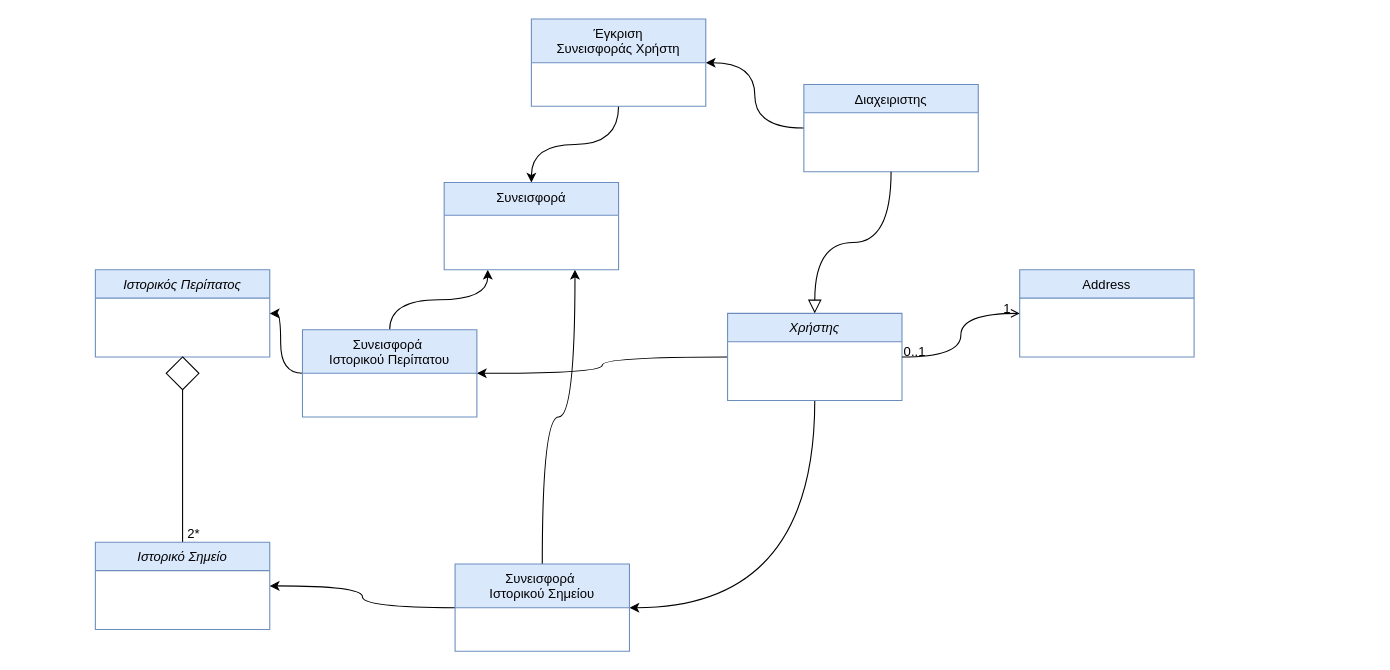
Nektar24/software-engineering keeps this draw.io diagram as NOTES/TL-2024-domain-model-v0.1.drawio. Above is the earlier version. Source tidied: cells renumbered, new cells numbered last; positions are measured from the earlier drawing's top-left corner, leaving out a move shared by most shapes. Both pictures are drawn from the tidied source at 109%, with x=0, y=0 at pixel (95, 19).
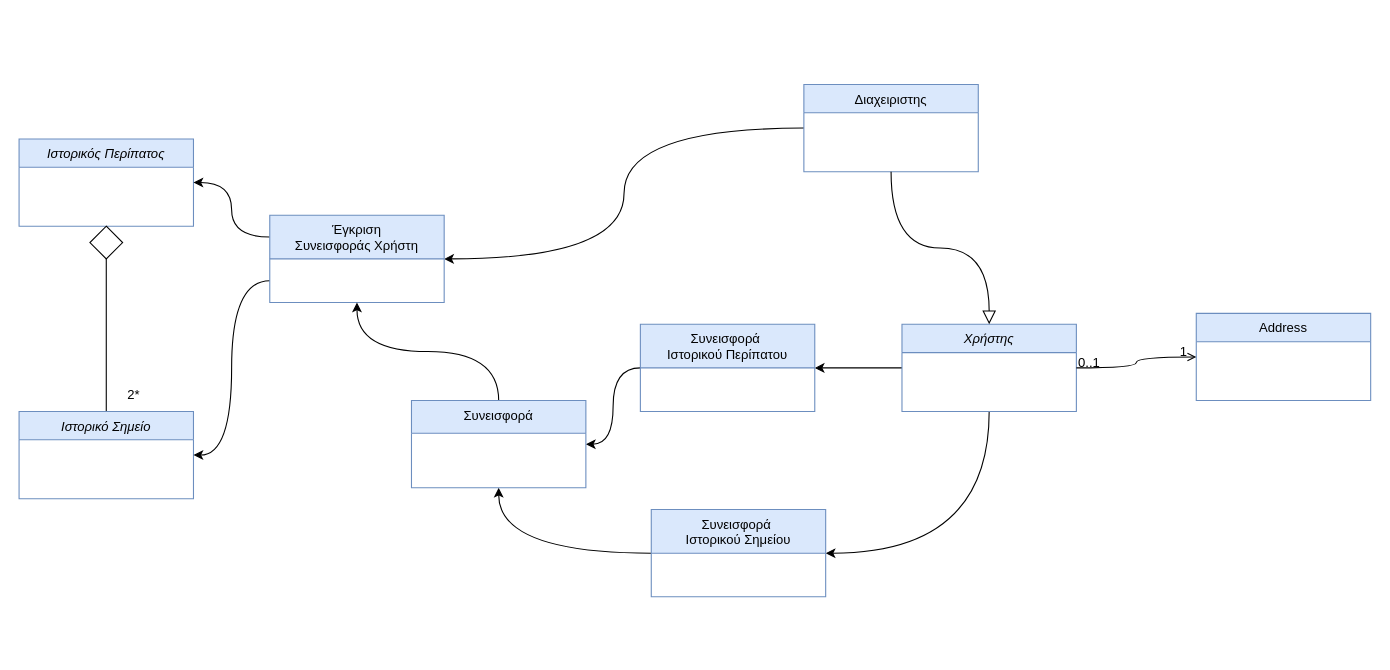
The same page after the edit.

Commit message:
domain model changes

Diff of the diagram source:
```diff
@@
     <mxCell id="4" value="Χρήστης" style="swimlane;fontStyle=2;align=center;verticalAlign=top;horizontal=1;startSize=26;rounded=0;shadow=0;strokeWidth=1;fillColor=#dae8fc;strokeColor=#6c8ebf;" parent="1" vertex="1">
-      <mxGeometry x="580" y="270" width="160" height="80" as="geometry" />
+      <mxGeometry x="740" y="280" width="160" height="80" as="geometry" />
     </mxCell>
@@
     <mxCell id="8" value="Address" style="swimlane;fontStyle=0;align=center;verticalAlign=top;horizontal=1;startSize=26;rounded=0;shadow=0;strokeWidth=1;fillColor=#dae8fc;strokeColor=#6c8ebf;" parent="1" vertex="1">
-      <mxGeometry x="848" y="230" width="160" height="80" as="geometry" />
+      <mxGeometry x="1010" y="270" width="160" height="80" as="geometry" />
     </mxCell>
@@
     <mxCell id="12" value="Ιστορικός Περίπατος" style="swimlane;fontStyle=2;align=center;verticalAlign=top;horizontal=1;startSize=26;rounded=0;shadow=0;strokeWidth=1;fillColor=#dae8fc;strokeColor=#6c8ebf;" parent="1" vertex="1">
-      <mxGeometry y="230" width="160" height="80" as="geometry" />
+      <mxGeometry x="-70" y="110" width="160" height="80" as="geometry" />
     </mxCell>
@@
     <mxCell id="14" value="Ιστορικό Σημείο" style="swimlane;fontStyle=2;align=center;verticalAlign=top;horizontal=1;startSize=26;rounded=0;shadow=0;strokeWidth=1;fillColor=#dae8fc;strokeColor=#6c8ebf;" parent="1" vertex="1">
-      <mxGeometry y="480" width="160" height="80" as="geometry" />
+      <mxGeometry x="-70" y="360" width="160" height="80" as="geometry" />
     </mxCell>
     <mxCell id="15" value="2*" style="text;html=1;align=center;verticalAlign=middle;strokeColor=none;fillColor=none;" parent="1" vertex="1">
-      <mxGeometry x="75" y="458" width="30" height="30" as="geometry" />
+      <mxGeometry x="20" y="330" width="30" height="30" as="geometry" />
     </mxCell>
-    <mxCell id="16" style="edgeStyle=orthogonalEdgeStyle;rounded=0;jettySize=auto;html=1;exitX=0;exitY=0.5;exitDx=0;exitDy=0;entryX=1;entryY=0.5;entryDx=0;entryDy=0;elbow=vertical;curved=1;" parent="1" edge="1" source="18" target="12">
-      <mxGeometry relative="1" as="geometry" />
-    </mxCell>
-    <mxCell id="17" style="edgeStyle=orthogonalEdgeStyle;rounded=0;jettySize=auto;html=1;exitX=0.5;exitY=0;exitDx=0;exitDy=0;entryX=0.25;entryY=1;entryDx=0;entryDy=0;elbow=vertical;curved=1;" parent="1" edge="1" source="18" target="25">
+    <mxCell id="17" style="edgeStyle=orthogonalEdgeStyle;rounded=0;jettySize=auto;html=1;exitX=0;exitY=0.5;exitDx=0;exitDy=0;entryX=1;entryY=0.5;entryDx=0;entryDy=0;elbow=vertical;curved=1;" parent="1" edge="1" source="18" target="25">
       <mxGeometry relative="1" as="geometry" />
     </mxCell>
     <mxCell id="18" value="Συνεισφορά &#10;Ιστορικού Περίπατου" style="swimlane;fontStyle=0;align=center;verticalAlign=top;horizontal=1;startSize=40;rounded=0;shadow=0;strokeWidth=1;fillColor=#dae8fc;strokeColor=#6c8ebf;glass=0;gradientColor=none;swimlaneFillColor=none;noLabel=0;labelPadding=0;swimlaneLine=1;fillStyle=auto;" parent="1" vertex="1">
-      <mxGeometry x="190" y="285" width="160" height="80" as="geometry" />
+      <mxGeometry x="500" y="280" width="160" height="80" as="geometry" />
     </mxCell>
     <mxCell id="19" style="rhombus;whiteSpace=wrap;html=1;" parent="1" vertex="1">
-      <mxGeometry x="65" y="310" width="30" height="30" as="geometry" />
+      <mxGeometry x="-5" y="190" width="30" height="30" as="geometry" />
     </mxCell>
-    <mxCell id="20" style="edgeStyle=orthogonalEdgeStyle;rounded=0;jettySize=auto;html=1;exitX=0;exitY=0.5;exitDx=0;exitDy=0;entryX=1;entryY=0.5;entryDx=0;entryDy=0;elbow=vertical;curved=1;" parent="1" edge="1" source="22" target="14">
-      <mxGeometry relative="1" as="geometry" />
-    </mxCell>
-    <mxCell id="21" style="edgeStyle=orthogonalEdgeStyle;rounded=0;jettySize=auto;html=1;exitX=0.5;exitY=0;exitDx=0;exitDy=0;elbow=vertical;entryX=0.75;entryY=1;entryDx=0;entryDy=0;curved=1;" parent="1" edge="1" source="22" target="25">
+    <mxCell id="21" style="edgeStyle=orthogonalEdgeStyle;rounded=0;jettySize=auto;html=1;exitX=0;exitY=0.5;exitDx=0;exitDy=0;elbow=vertical;entryX=0.5;entryY=1;entryDx=0;entryDy=0;curved=1;" parent="1" edge="1" source="22" target="25">
       <mxGeometry relative="1" as="geometry" />
     </mxCell>
     <mxCell id="22" value="Συνεισφορά &#10;Ιστορικού Σημείου" style="swimlane;fontStyle=0;align=center;verticalAlign=top;horizontal=1;startSize=40;rounded=0;shadow=0;strokeWidth=1;fillColor=#dae8fc;strokeColor=#6c8ebf;glass=0;gradientColor=none;swimlaneFillColor=none;noLabel=0;labelPadding=0;swimlaneLine=1;fillStyle=auto;" parent="1" vertex="1">
-      <mxGeometry x="330" y="500" width="160" height="80" as="geometry" />
+      <mxGeometry x="510" y="450" width="160" height="80" as="geometry" />
     </mxCell>
-    <mxCell id="23" style="edgeStyle=orthogonalEdgeStyle;rounded=0;jettySize=auto;html=1;exitX=0.5;exitY=1;exitDx=0;exitDy=0;entryX=0.5;entryY=0;entryDx=0;entryDy=0;elbow=vertical;curved=1;" parent="1" edge="1" source="24" target="25">
-      <mxGeometry relative="1" as="geometry" />
-    </mxCell>
+    <mxCell id="26" style="edgeStyle=orthogonalEdgeStyle;curved=1;rounded=0;jettySize=auto;html=1;exitX=0;exitY=0.75;exitDx=0;exitDy=0;entryX=1;entryY=0.5;entryDx=0;entryDy=0;strokeColor=default;align=center;verticalAlign=middle;fontFamily=Helvetica;fontSize=11;fontColor=default;labelBackgroundColor=default;elbow=vertical;endArrow=classic;" parent="1" edge="1" source="24" target="14">
+      <mxGeometry relative="1" as="geometry" />
+    </mxCell>
+    <mxCell id="27" style="edgeStyle=orthogonalEdgeStyle;curved=1;rounded=0;jettySize=auto;html=1;exitX=0;exitY=0.25;exitDx=0;exitDy=0;entryX=1;entryY=0.5;entryDx=0;entryDy=0;strokeColor=default;align=center;verticalAlign=middle;fontFamily=Helvetica;fontSize=11;fontColor=default;labelBackgroundColor=default;elbow=vertical;endArrow=classic;" parent="1" edge="1" source="24" target="12">
+      <mxGeometry relative="1" as="geometry" />
+    </mxCell>
     <mxCell id="24" value="Έγκριση&#10;Συνεισφοράς Χρήστη" style="swimlane;fontStyle=0;align=center;verticalAlign=top;horizontal=1;startSize=40;rounded=0;shadow=0;strokeWidth=1;fillColor=#dae8fc;strokeColor=#6c8ebf;" parent="1" vertex="1">
-      <mxGeometry x="400" width="160" height="80" as="geometry" />
+      <mxGeometry x="160" y="180" width="160" height="80" as="geometry" />
     </mxCell>
+    <mxCell id="28" style="edgeStyle=orthogonalEdgeStyle;curved=1;rounded=0;jettySize=auto;html=1;exitX=0.5;exitY=0;exitDx=0;exitDy=0;entryX=0.5;entryY=1;entryDx=0;entryDy=0;strokeColor=default;align=center;verticalAlign=middle;fontFamily=Helvetica;fontSize=11;fontColor=default;labelBackgroundColor=default;elbow=vertical;endArrow=classic;" parent="1" edge="1" source="25" target="24">
+      <mxGeometry relative="1" as="geometry" />
+    </mxCell>
     <mxCell id="25" value="Συνεισφορά" style="swimlane;fontStyle=0;align=center;verticalAlign=top;horizontal=1;startSize=30;rounded=0;shadow=0;strokeWidth=1;fillColor=#dae8fc;strokeColor=#6c8ebf;" parent="1" vertex="1">
-      <mxGeometry x="320" y="150" width="160" height="80" as="geometry" />
+      <mxGeometry x="290" y="350" width="160" height="80" as="geometry" />
     </mxCell>
```
